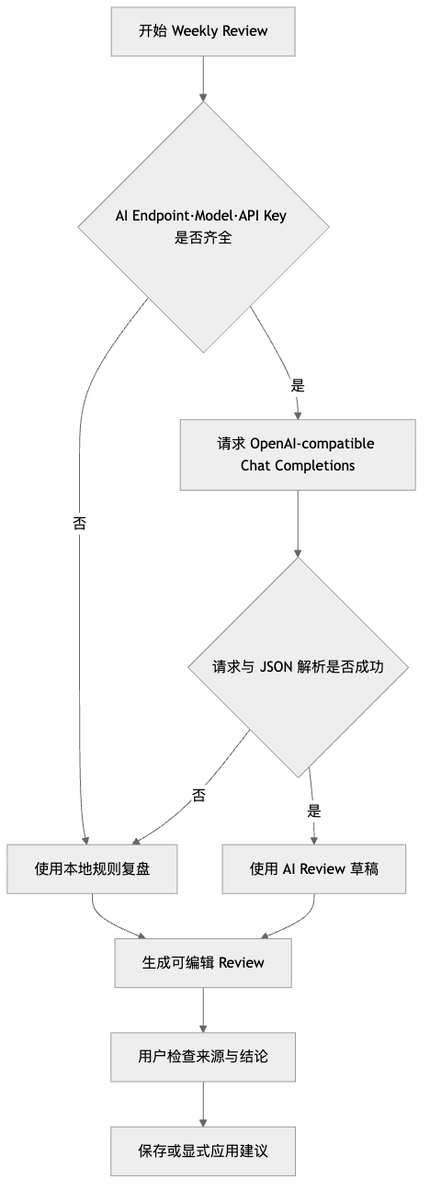
This is diagrams/product-ai-fallback-flow.png from Panhe-C/self-study-studio, a Mermaid export, as it was before one commit. Its source is kept beside it as diagrams/product-ai-fallback-flow.mmd.
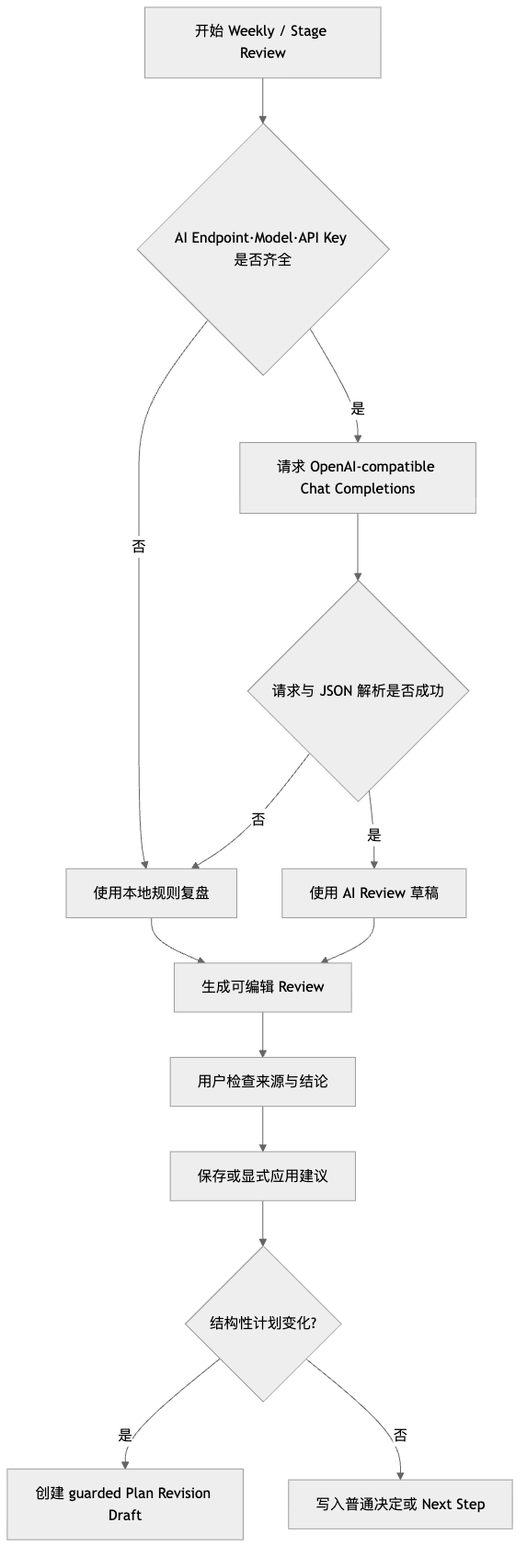
Above is the later version.

Diff of the diagram source:
```diff
@@ -1,5 +1,5 @@
 flowchart TD
-  A[开始 Weekly Review] --> B{AI Endpoint·Model·API Key 是否齐全}
+  A[开始 Weekly / Stage Review] --> B{AI Endpoint·Model·API Key 是否齐全}
   B -->|否| C[使用本地规则复盘]
   B -->|是| D[请求 OpenAI-compatible Chat Completions]
   D --> E{请求与 JSON 解析是否成功}
@@ -9,3 +9,6 @@
   F --> G
   G --> H[用户检查来源与结论]
   H --> I[保存或显式应用建议]
+  I --> J{结构性计划变化?}
+  J -->|是| K[创建 guarded Plan Revision Draft]
+  J -->|否| L[写入普通决定或 Next Step]
```
